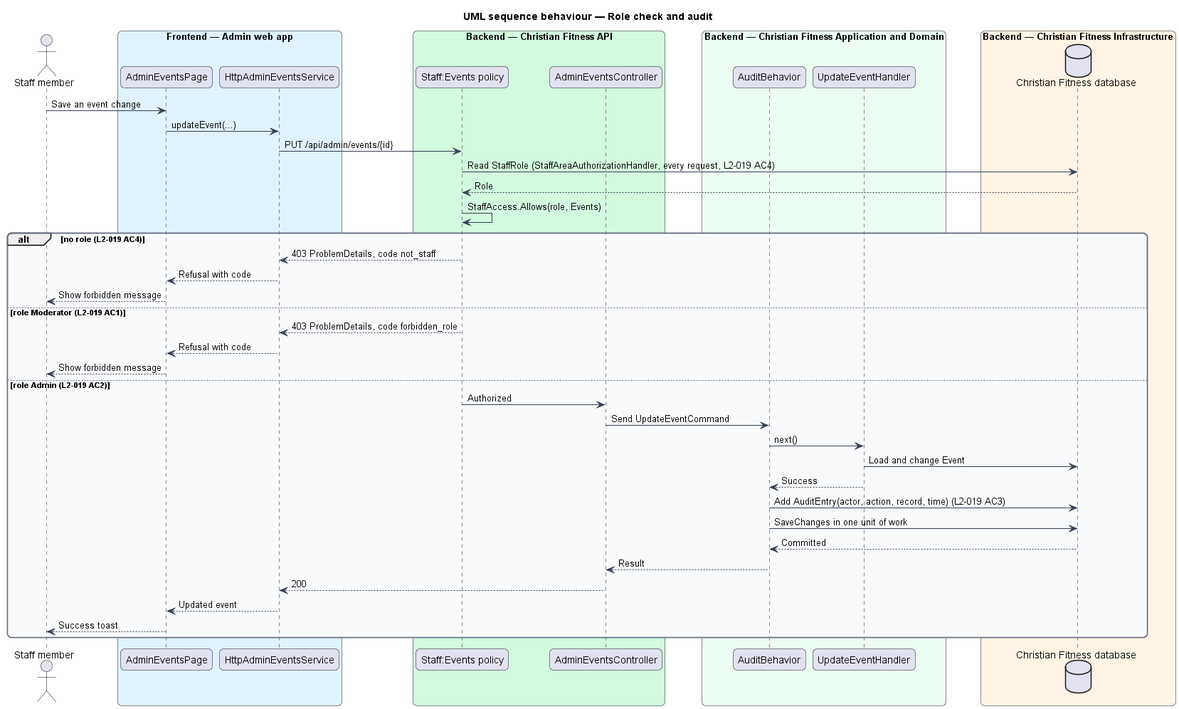
Above: docs/detailed-designs/admin-access/staff-roles/diagrams/sequence-authorize-and-audit.png in QuinntyneBrown/christian-fitness (PlantUML), before the change.
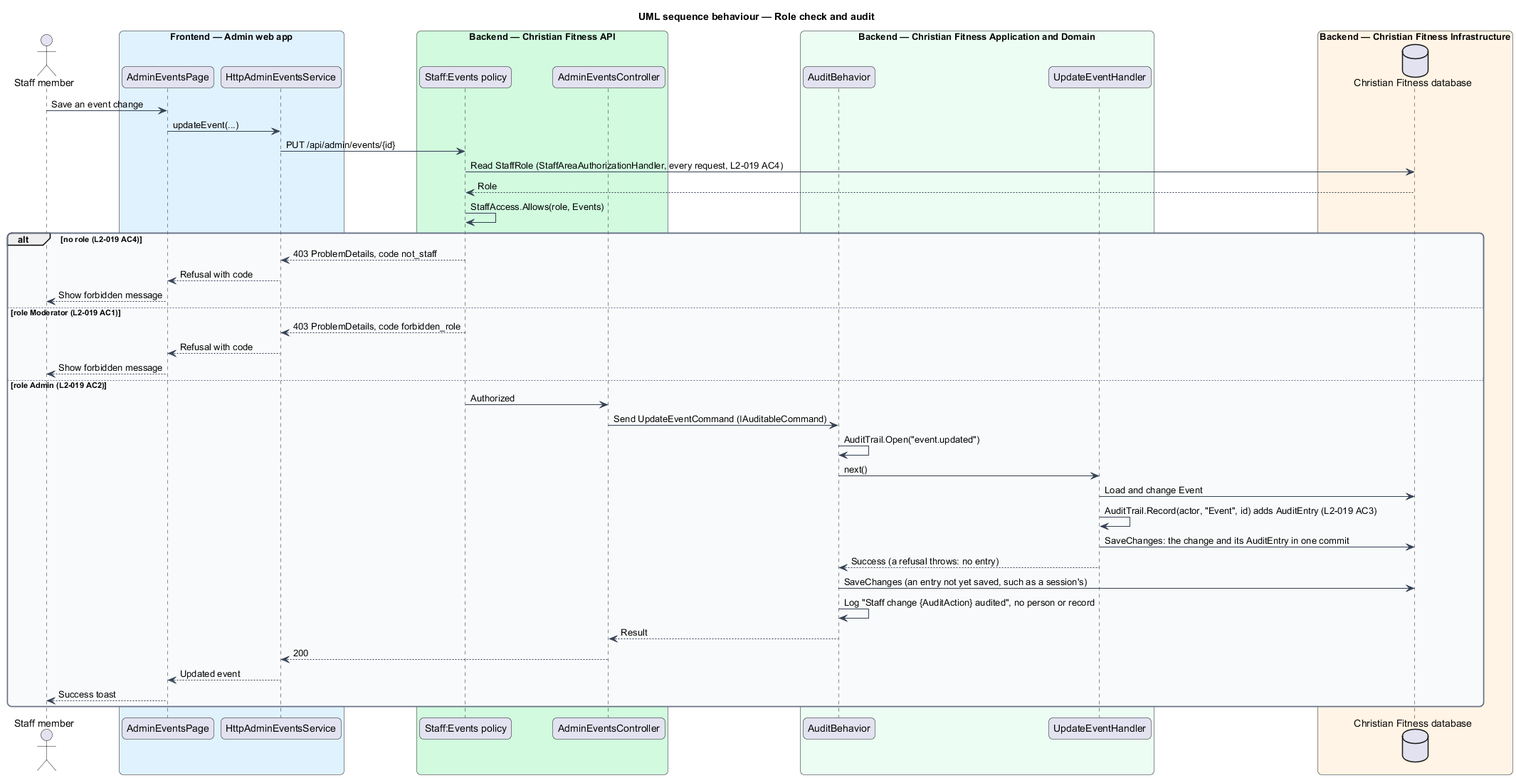
After the commit.

What changed in the source:
```diff
@@ -46,13 +46,15 @@
   page --> actor : Show forbidden message
 else role Admin (L2-019 AC2)
   pol -> ctrl : Authorized
-  ctrl -> audit : Send UpdateEventCommand
+  ctrl -> audit : Send UpdateEventCommand (IAuditableCommand)
+  audit -> audit : AuditTrail.Open("event.updated")
   audit -> handler : next()
   handler -> db : Load and change Event
-  handler --> audit : Success
-  audit -> db : Add AuditEntry(actor, action, record, time) (L2-019 AC3)
-  audit -> db : SaveChanges in one unit of work
-  db --> audit : Committed
+  handler -> handler : AuditTrail.Record(actor, "Event", id) adds AuditEntry (L2-019 AC3)
+  handler -> db : SaveChanges: the change and its AuditEntry in one commit
+  handler --> audit : Success (a refusal throws: no entry)
+  audit -> db : SaveChanges (an entry not yet saved, such as a session's)
+  audit -> audit : Log "Staff change {AuditAction} audited", no person or record
   audit --> ctrl : Result
   ctrl --> client : 200
   client --> page : Updated event
```
